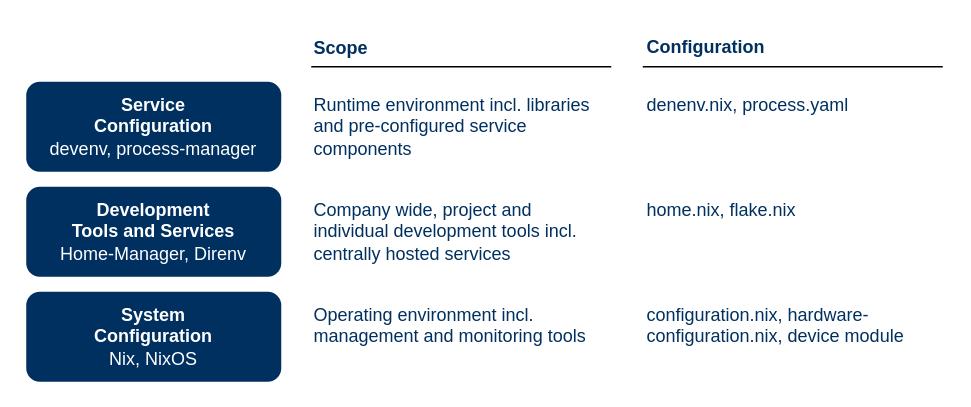
The draw.io diagram doc/img/diagrams.drawio in torstenboettjer/sandbox, before the edit. Source tidied: cells renumbered, new cells numbered last; positions are measured from the earlier drawing's top-left corner, leaving out a move shared by most shapes. Both pictures are drawn from the tidied source at 150%, with x=0, y=0 at pixel (26, 26).
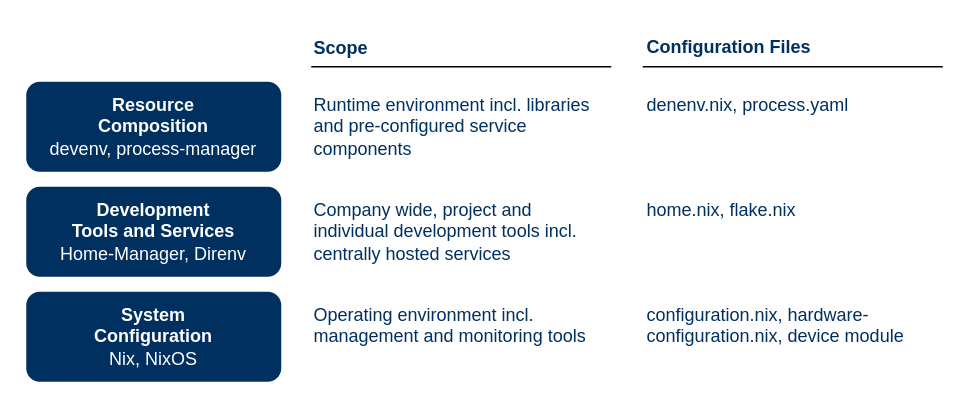
Above is the later version.

The edit, as a diff of the source:
```diff
@@
 <mxGraphModel>
   <root>
     <mxCell id="0" />
     <mxCell id="1" parent="0" />
     <mxCell id="2" value="&lt;font style=&quot;color: light-dark(rgb(255, 255, 255), rgb(255, 255, 255));&quot;&gt;&lt;b&gt;System&lt;br&gt;Configuration&lt;br&gt;&lt;/b&gt;Nix, NixOS&lt;/font&gt;" style="rounded=1;whiteSpace=wrap;html=1;fillColor=light-dark(#003060,#003060);strokeColor=none;" parent="1" vertex="1">
       <mxGeometry y="177" width="170" height="60" as="geometry" />
     </mxCell>
     <mxCell id="3" value="&lt;font style=&quot;color: light-dark(rgb(255, 255, 255), rgb(255, 255, 255));&quot;&gt;&lt;b&gt;Development&lt;br&gt;Tools and Services&lt;br&gt;&lt;/b&gt;Home-Manager, Direnv&lt;/font&gt;" style="rounded=1;whiteSpace=wrap;html=1;fillColor=light-dark(#003060,#003060);strokeColor=none;" parent="1" vertex="1">
       <mxGeometry y="107" width="170" height="60" as="geometry" />
     </mxCell>
-    <mxCell id="4" value="&lt;font style=&quot;color: light-dark(rgb(255, 255, 255), rgb(255, 255, 255));&quot;&gt;&lt;b&gt;Service&lt;br&gt;Configuration&lt;br&gt;&lt;/b&gt;devenv, process-manager&lt;/font&gt;" style="rounded=1;whiteSpace=wrap;html=1;fillColor=light-dark(#003060,#003060);strokeColor=none;" parent="1" vertex="1">
+    <mxCell id="4" value="&lt;font style=&quot;color: light-dark(rgb(255, 255, 255), rgb(255, 255, 255));&quot;&gt;&lt;b&gt;Resource&lt;br&gt;Composition&lt;br&gt;&lt;/b&gt;devenv, process-manager&lt;/font&gt;" style="rounded=1;whiteSpace=wrap;html=1;fillColor=light-dark(#003060,#003060);strokeColor=none;" parent="1" vertex="1">
       <mxGeometry y="37" width="170" height="60" as="geometry" />
     </mxCell>
     <mxCell id="5" style="endArrow=none;html=1;rounded=0;" parent="1" edge="1">
       <mxGeometry relative="1" as="geometry">
         <mxPoint x="190" y="27" as="sourcePoint" />
         <mxPoint x="390" y="27" as="targetPoint" />
       </mxGeometry>
     </mxCell>
     <mxCell id="6" style="endArrow=none;html=1;rounded=0;" parent="1" edge="1">
       <mxGeometry relative="1" as="geometry">
         <mxPoint x="411" y="27" as="sourcePoint" />
         <mxPoint x="611" y="27" as="targetPoint" />
       </mxGeometry>
     </mxCell>
     <mxCell id="7" value="&lt;div style=&quot;text-align: center;&quot;&gt;&lt;span style=&quot;background-color: transparent;&quot;&gt;&lt;b&gt;Scope&lt;/b&gt;&lt;/span&gt;&lt;/div&gt;" style="text;whiteSpace=wrap;html=1;labelBackgroundColor=none;fontColor=light-dark(#003060,#003060);" parent="1" vertex="1">
       <mxGeometry x="190" y="1" width="170" height="30" as="geometry" />
     </mxCell>
     <mxCell id="8" value="Operating environment incl. management and monitoring tools" style="text;whiteSpace=wrap;html=1;labelBackgroundColor=none;fontColor=light-dark(#003060,#003060);" parent="1" vertex="1">
       <mxGeometry x="190" y="178.5" width="200" height="57" as="geometry" />
     </mxCell>
-    <mxCell id="9" value="&lt;div style=&quot;text-align: center;&quot;&gt;&lt;span style=&quot;background-color: transparent;&quot;&gt;&lt;b&gt;Configuration&lt;/b&gt;&lt;/span&gt;&lt;/div&gt;" style="text;whiteSpace=wrap;html=1;labelBackgroundColor=none;fontColor=light-dark(#003060,#003060);" parent="1" vertex="1">
+    <mxCell id="9" value="&lt;div style=&quot;text-align: center;&quot;&gt;&lt;span style=&quot;background-color: transparent;&quot;&gt;&lt;b&gt;Configuration Files&lt;/b&gt;&lt;/span&gt;&lt;/div&gt;" style="text;whiteSpace=wrap;html=1;labelBackgroundColor=none;fontColor=light-dark(#003060,#003060);" parent="1" vertex="1">
       <mxGeometry x="412" width="170" height="30" as="geometry" />
     </mxCell>
     <mxCell id="10" value="Company wide, project and individual development tools incl. centrally hosted services&amp;nbsp;" style="text;whiteSpace=wrap;html=1;labelBackgroundColor=none;fontColor=light-dark(#003060,#003060);" parent="1" vertex="1">
       <mxGeometry x="190" y="108.5" width="200" height="57" as="geometry" />
     </mxCell>
     <mxCell id="11" value="Runtime environment incl. libraries and pre-configured service components" style="text;whiteSpace=wrap;html=1;labelBackgroundColor=none;fontColor=light-dark(#003060,#003060);" parent="1" vertex="1">
       <mxGeometry x="190" y="38.5" width="200" height="57" as="geometry" />
     </mxCell>
     <mxCell id="12" value="configuration.nix, hardware-configuration.nix, device module" style="text;whiteSpace=wrap;html=1;labelBackgroundColor=none;fontColor=light-dark(#003060,#003060);" parent="1" vertex="1">
       <mxGeometry x="412" y="178.5" width="200" height="57" as="geometry" />
     </mxCell>
     <mxCell id="13" value="home.nix, flake.nix" style="text;whiteSpace=wrap;html=1;labelBackgroundColor=none;fontColor=light-dark(#003060,#003060);" parent="1" vertex="1">
       <mxGeometry x="412" y="108.5" width="200" height="57" as="geometry" />
     </mxCell>
     <mxCell id="14" value="denenv.nix, process.yaml" style="text;whiteSpace=wrap;html=1;labelBackgroundColor=none;fontColor=light-dark(#003060,#003060);" parent="1" vertex="1">
       <mxGeometry x="412" y="38.5" width="200" height="57" as="geometry" />
     </mxCell>
   </root>
 </mxGraphModel>
```
